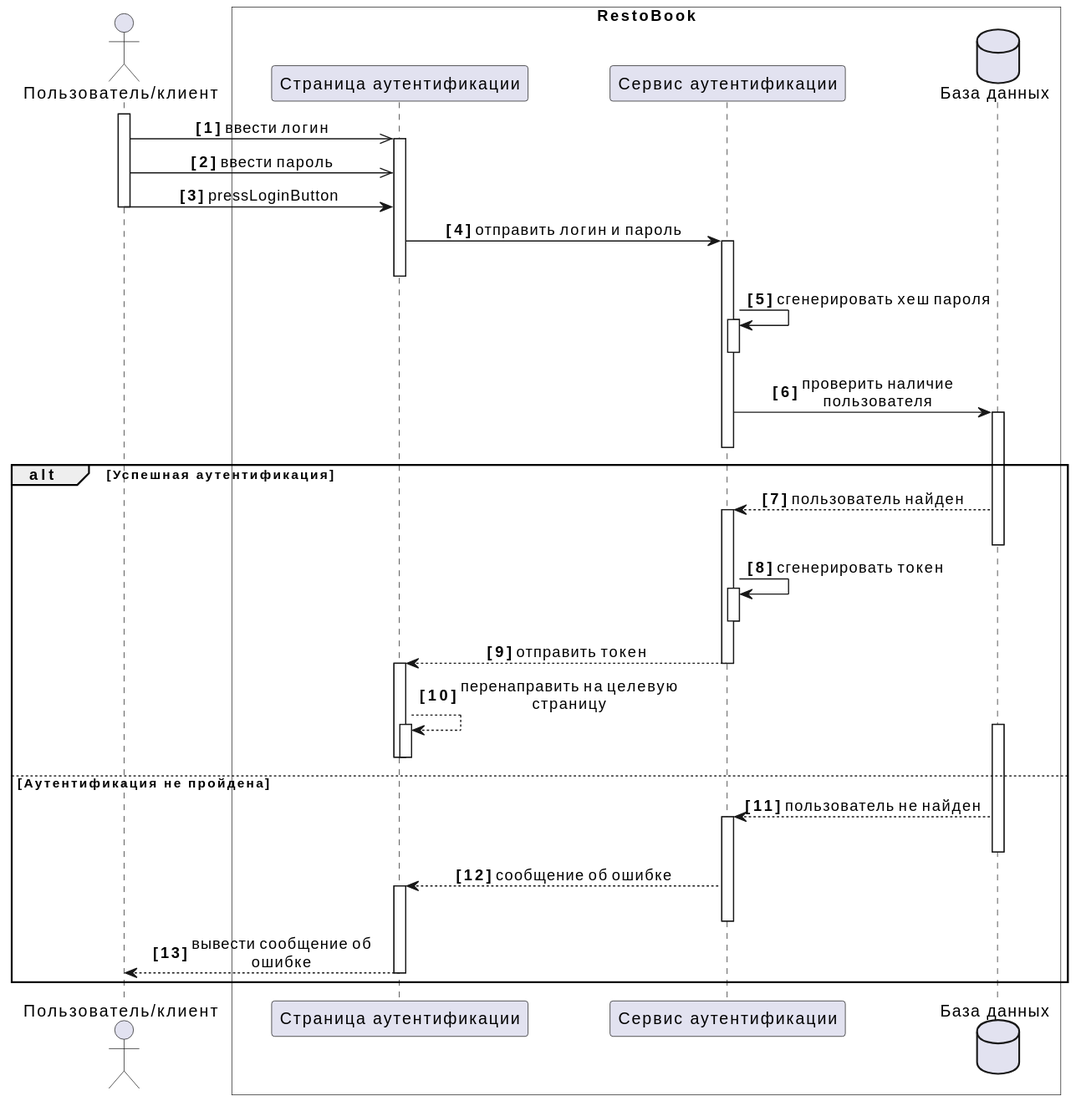
solopov-av-edu/RestoBook-Docs keeps this PlantUML diagram as docs/diagrams/out/auth.svg. Above is the earlier version.
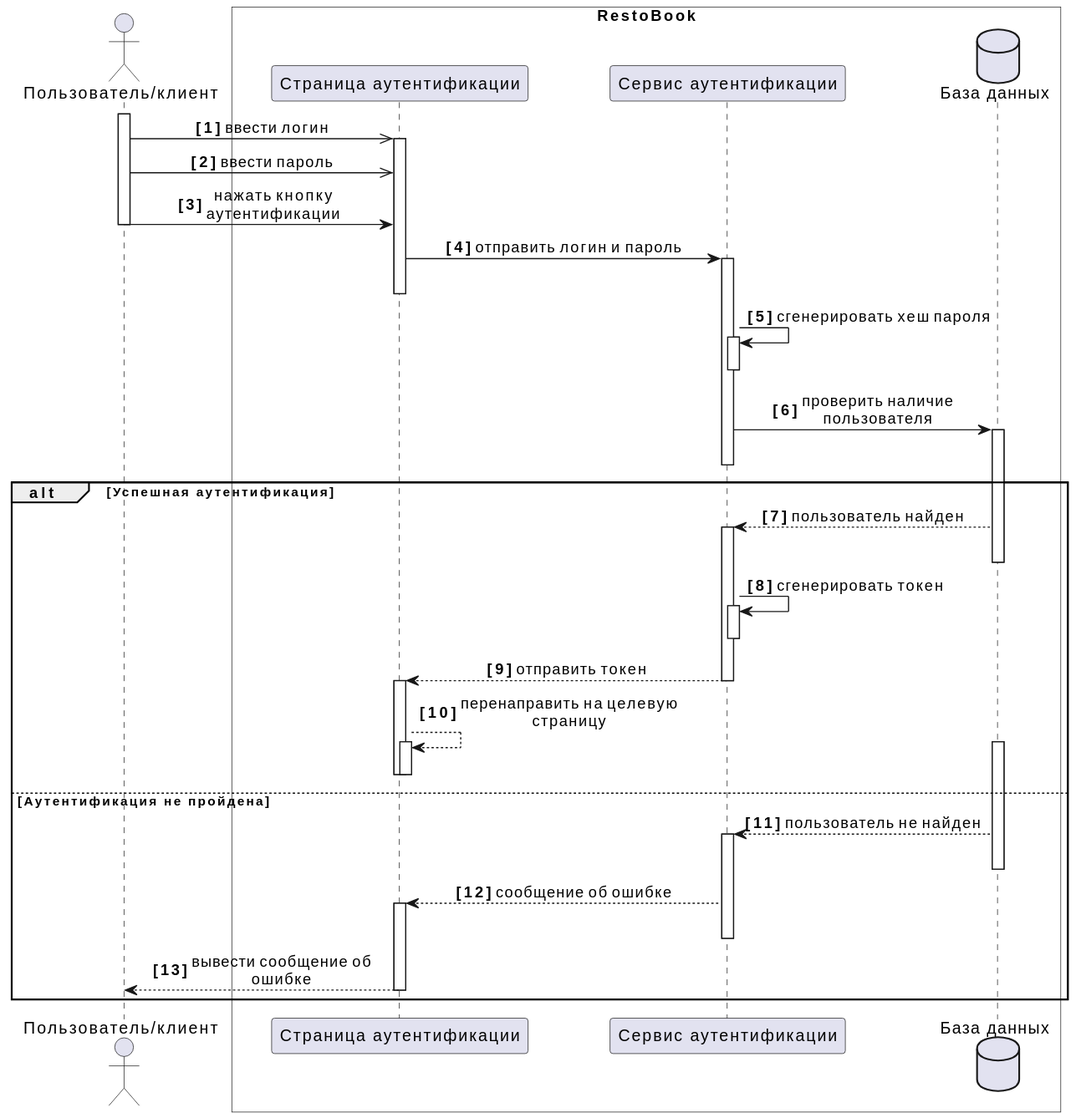
Above is the later version.

Change to the diagram source:
```diff
@@ -18,7 +18,7 @@
 user++
 user ->> auth_f++: ввести логин
 user ->> auth_f: ввести пароль
-user -> auth_f: pressLoginButton
+user -> auth_f: нажать кнопку аутентификации
 user--
 
 auth_f -> auth_s++: отправить логин и пароль
```
